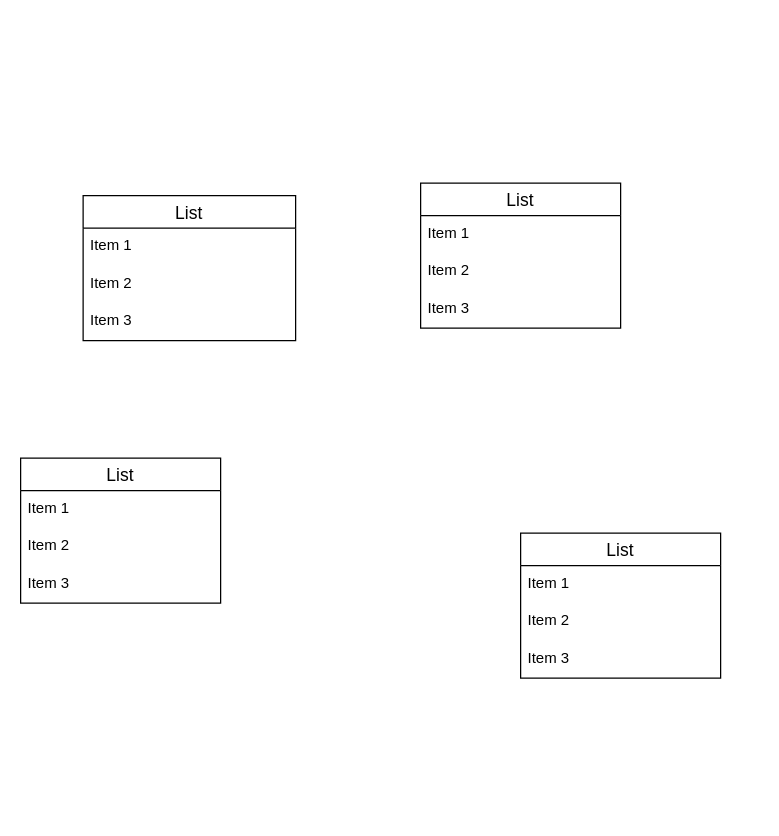
Earlier version of the draw.io diagram modlist/modlist.drawio (IIAu2/IIAu2). Source tidied: cells renumbered, new cells numbered last; positions are measured from the earlier drawing's top-left corner, leaving out a move shared by most shapes. Both pictures are drawn from the tidied source at 125%, with x=0, y=0 at pixel (20, 182).
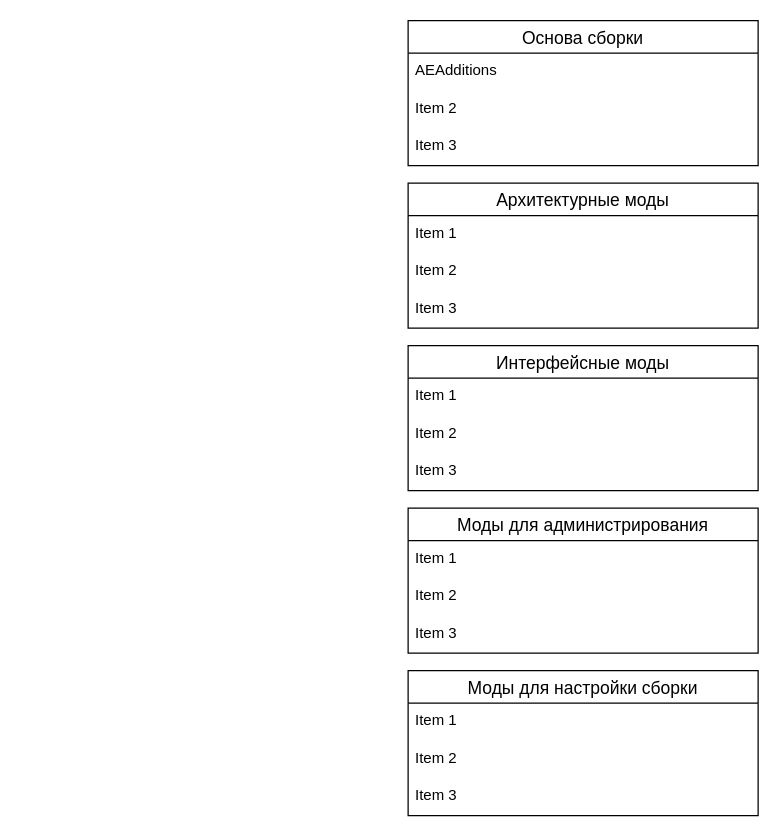
After the change.

The edit, as a diff of the source:
```diff
@@
-    <mxCell id="2" value="List" style="swimlane;fontStyle=0;horizontal=1;startSize=26;align=center;fontSize=14;" parent="1" vertex="1">
-      <mxGeometry x="400" y="280" width="160" height="116" as="geometry" />
+    <mxCell id="2" value="Интерфейсные моды" style="swimlane;fontStyle=0;horizontal=1;startSize=26;align=center;fontSize=14;" parent="1" vertex="1">
+      <mxGeometry x="310" y="130" width="280" height="116" as="geometry" />
     </mxCell>
     <mxCell id="3" value="Item 1" style="text;strokeColor=none;fillColor=none;spacingLeft=4;spacingRight=4;overflow=hidden;fontSize=12;" parent="2" vertex="1">
-      <mxGeometry y="26" width="160" height="30" as="geometry" />
+      <mxGeometry y="26" width="280" height="30" as="geometry" />
     </mxCell>
     <mxCell id="4" value="Item 2" style="text;strokeColor=none;fillColor=none;spacingLeft=4;spacingRight=4;overflow=hidden;fontSize=12;" parent="2" vertex="1">
-      <mxGeometry y="56" width="160" height="30" as="geometry" />
+      <mxGeometry y="56" width="280" height="30" as="geometry" />
     </mxCell>
     <mxCell id="5" value="Item 3" style="text;strokeColor=none;fillColor=none;spacingLeft=4;spacingRight=4;overflow=hidden;fontSize=12;" parent="2" vertex="1">
-      <mxGeometry y="86" width="160" height="30" as="geometry" />
+      <mxGeometry y="86" width="280" height="30" as="geometry" />
     </mxCell>
-    <mxCell id="6" value="List" style="swimlane;fontStyle=0;horizontal=1;startSize=26;align=center;fontSize=14;" parent="1" vertex="1">
-      <mxGeometry y="220" width="160" height="116" as="geometry" />
+    <mxCell id="6" value="Моды для администрирования" style="swimlane;fontStyle=0;horizontal=1;startSize=26;align=center;fontSize=14;" parent="1" vertex="1">
+      <mxGeometry x="310" y="260" width="280" height="116" as="geometry" />
     </mxCell>
     <mxCell id="7" value="Item 1" style="text;strokeColor=none;fillColor=none;spacingLeft=4;spacingRight=4;overflow=hidden;fontSize=12;" parent="6" vertex="1">
-      <mxGeometry y="26" width="160" height="30" as="geometry" />
+      <mxGeometry y="26" width="280" height="30" as="geometry" />
     </mxCell>
     <mxCell id="8" value="Item 2" style="text;strokeColor=none;fillColor=none;spacingLeft=4;spacingRight=4;overflow=hidden;fontSize=12;" parent="6" vertex="1">
-      <mxGeometry y="56" width="160" height="30" as="geometry" />
+      <mxGeometry y="56" width="280" height="30" as="geometry" />
     </mxCell>
     <mxCell id="9" value="Item 3" style="text;strokeColor=none;fillColor=none;spacingLeft=4;spacingRight=4;overflow=hidden;fontSize=12;" parent="6" vertex="1">
-      <mxGeometry y="86" width="160" height="30" as="geometry" />
+      <mxGeometry y="86" width="280" height="30" as="geometry" />
     </mxCell>
-    <mxCell id="10" value="List" style="swimlane;fontStyle=0;horizontal=1;startSize=26;align=center;fontSize=14;" parent="1" vertex="1">
-      <mxGeometry x="320" width="160" height="116" as="geometry" />
+    <mxCell id="10" value="Архитектурные моды" style="swimlane;fontStyle=0;horizontal=1;startSize=26;align=center;fontSize=14;" parent="1" vertex="1">
+      <mxGeometry x="310" width="280" height="116" as="geometry" />
     </mxCell>
     <mxCell id="11" value="Item 1" style="text;strokeColor=none;fillColor=none;spacingLeft=4;spacingRight=4;overflow=hidden;fontSize=12;" parent="10" vertex="1">
-      <mxGeometry y="26" width="160" height="30" as="geometry" />
+      <mxGeometry y="26" width="280" height="30" as="geometry" />
     </mxCell>
     <mxCell id="12" value="Item 2" style="text;strokeColor=none;fillColor=none;spacingLeft=4;spacingRight=4;overflow=hidden;fontSize=12;" parent="10" vertex="1">
-      <mxGeometry y="56" width="160" height="30" as="geometry" />
+      <mxGeometry y="56" width="280" height="30" as="geometry" />
     </mxCell>
     <mxCell id="13" value="Item 3" style="text;strokeColor=none;fillColor=none;spacingLeft=4;spacingRight=4;overflow=hidden;fontSize=12;" parent="10" vertex="1">
-      <mxGeometry y="86" width="160" height="30" as="geometry" />
+      <mxGeometry y="86" width="280" height="30" as="geometry" />
     </mxCell>
-    <mxCell id="14" value="List" style="swimlane;fontStyle=0;horizontal=1;startSize=26;align=center;fontSize=14;" parent="1" vertex="1">
-      <mxGeometry x="50" y="10" width="170" height="116" as="geometry" />
+    <mxCell id="14" value="Основа сборки" style="swimlane;fontStyle=0;horizontal=1;startSize=26;align=center;fontSize=14;" parent="1" vertex="1">
+      <mxGeometry x="310" y="-130" width="280" height="116" as="geometry" />
     </mxCell>
-    <mxCell id="15" value="Item 1" style="text;strokeColor=none;fillColor=none;spacingLeft=4;spacingRight=4;overflow=hidden;fontSize=12;" parent="14" vertex="1">
-      <mxGeometry y="26" width="170" height="30" as="geometry" />
+    <mxCell id="15" value="AEAdditions" style="text;strokeColor=none;fillColor=none;spacingLeft=4;spacingRight=4;overflow=hidden;fontSize=12;" parent="14" vertex="1">
+      <mxGeometry y="26" width="280" height="30" as="geometry" />
     </mxCell>
     <mxCell id="16" value="Item 2" style="text;strokeColor=none;fillColor=none;spacingLeft=4;spacingRight=4;overflow=hidden;fontSize=12;" parent="14" vertex="1">
-      <mxGeometry y="56" width="170" height="30" as="geometry" />
+      <mxGeometry y="56" width="280" height="30" as="geometry" />
     </mxCell>
     <mxCell id="17" value="Item 3" style="text;strokeColor=none;fillColor=none;spacingLeft=4;spacingRight=4;overflow=hidden;fontSize=12;" parent="14" vertex="1">
-      <mxGeometry y="86" width="170" height="30" as="geometry" />
+      <mxGeometry y="86" width="280" height="30" as="geometry" />
     </mxCell>
+    <mxCell id="18" value="Моды для настройки сборки" style="swimlane;fontStyle=0;horizontal=1;startSize=26;align=center;fontSize=14;" parent="1" vertex="1">
+      <mxGeometry x="310" y="390" width="280" height="116" as="geometry" />
+    </mxCell>
+    <mxCell id="19" value="Item 1" style="text;strokeColor=none;fillColor=none;spacingLeft=4;spacingRight=4;overflow=hidden;fontSize=12;" parent="18" vertex="1">
+      <mxGeometry y="26" width="280" height="30" as="geometry" />
+    </mxCell>
+    <mxCell id="20" value="Item 2" style="text;strokeColor=none;fillColor=none;spacingLeft=4;spacingRight=4;overflow=hidden;fontSize=12;" parent="18" vertex="1">
+      <mxGeometry y="56" width="280" height="30" as="geometry" />
+    </mxCell>
+    <mxCell id="21" value="Item 3" style="text;strokeColor=none;fillColor=none;spacingLeft=4;spacingRight=4;overflow=hidden;fontSize=12;" parent="18" vertex="1">
+      <mxGeometry y="86" width="280" height="30" as="geometry" />
+    </mxCell>
```
